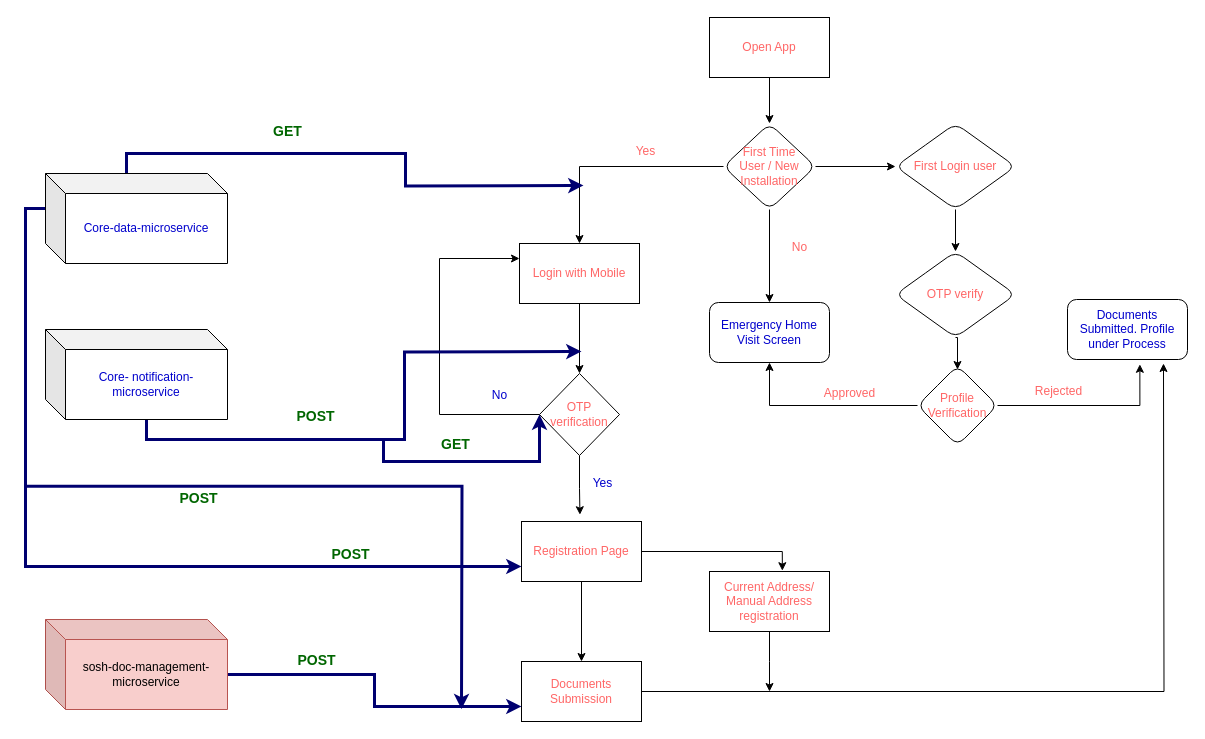
CrossDimension-LLP/sosh-HLS-designs keeps this draw.io diagram as page "Registration-Service-Provider" (2 of 2) of HLS.-Design.drawio. Above is the earlier version. Source tidied: cells renumbered, new cells numbered last; positions are measured from the earlier drawing's top-left corner, leaving out a move shared by most shapes. Both pictures are drawn from the tidied source at 100%, with x=0, y=0 at pixel (45, 17).
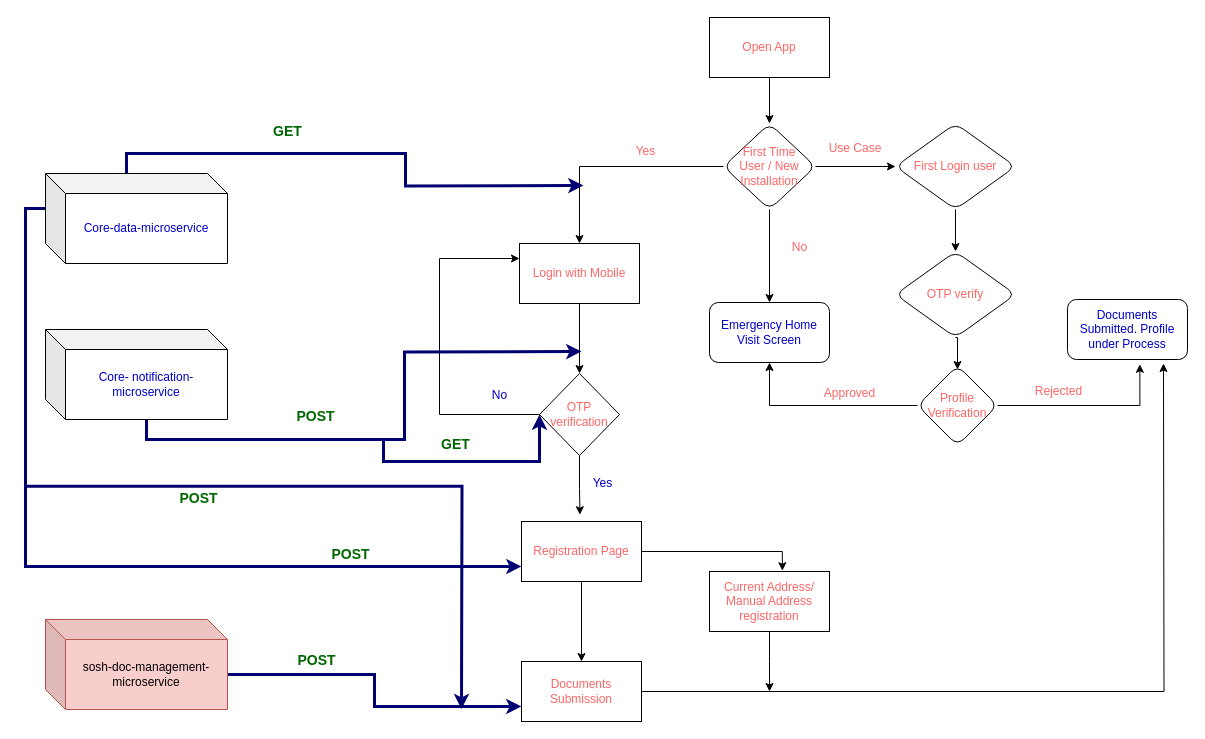
The same page after the edit.

Change to the diagram source:
```diff
@@
+    <mxCell id="50" value="&lt;font color=&quot;#ff6666&quot;&gt;Use Case&lt;/font&gt;" style="text;html=1;strokeColor=none;fillColor=none;align=center;verticalAlign=middle;whiteSpace=wrap;rounded=0;" parent="1" vertex="1">
+      <mxGeometry x="780" y="116" width="60" height="30" as="geometry" />
+    </mxCell>
```
